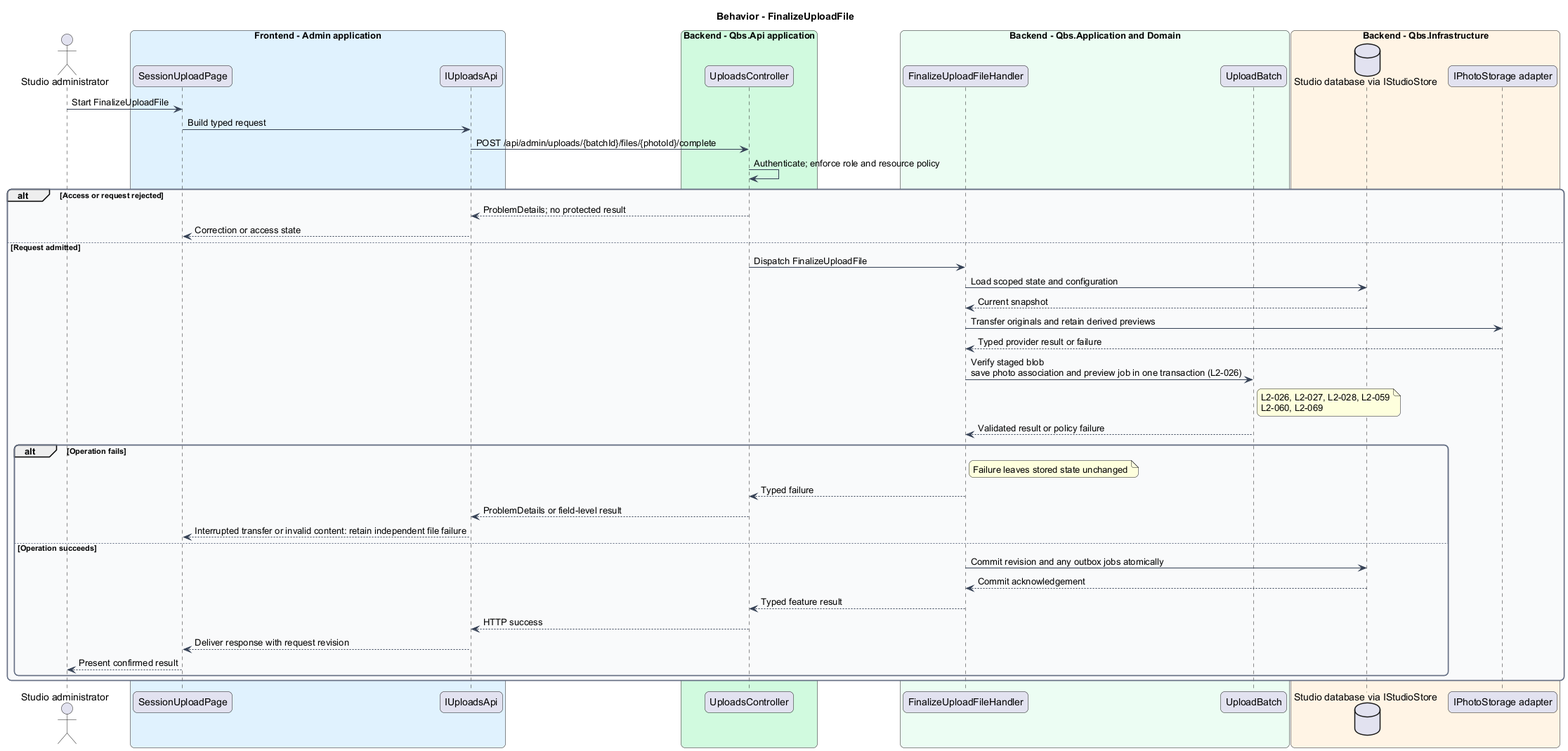
The PlantUML diagram docs/detailed-designs/session-photos/upload-session-photos/diagrams/sequence-finalize-upload-file.png in QuinntyneBrown/quinntyne-brown-studio, before a commit. The source it was exported from:
```plantuml
@startuml
skinparam backgroundColor #FFFFFF
skinparam shadowing false
skinparam roundcorner 12
skinparam defaultFontName Arial
skinparam ArrowColor #344054
skinparam rectangle {
  BorderColor #344054
  FontColor #101828
}
skinparam package {
  BorderColor #667085
  FontColor #101828
  BackgroundColor #F9FAFB
}
title Behavior - FinalizeUploadFile
actor "Studio administrator" as actor
box "Frontend - Admin application" #E0F2FE
 participant "SessionUploadPage" as page
 participant "IUploadsApi" as client
end box
box "Backend - Qbs.Api application" #D1FADF
 participant "UploadsController" as controller
end box
box "Backend - Qbs.Application and Domain" #ECFDF3
 participant "FinalizeUploadFileHandler" as handler
 participant "UploadBatch" as entity
end box
box "Backend - Qbs.Infrastructure" #FFF4E5
 database "Studio database via IStudioStore" as db
 participant "IPhotoStorage adapter" as ext
end box
actor -> page : Start FinalizeUploadFile
page -> client : Build typed request
client -> controller : POST /api/admin/uploads/{batchId}/files/{photoId}/complete
controller -> controller : Authenticate; enforce role and resource policy
alt Access or request rejected
controller --> client : ProblemDetails; no protected result
client --> page : Correction or access state
else Request admitted
controller -> handler : Dispatch FinalizeUploadFile
handler -> db : Load scoped state and configuration
db --> handler : Current snapshot
handler -> ext : Transfer originals and retain derived previews
ext --> handler : Typed provider result or failure
handler -> entity : Verify staged blob\nsave photo association and preview job in one transaction (L2-026)
note right of entity
L2-026, L2-027, L2-028, L2-059
L2-060, L2-069
end note
entity --> handler : Validated result or policy failure
alt Operation fails
note right of handler : Failure leaves stored state unchanged
handler --> controller : Typed failure
controller --> client : ProblemDetails or field-level result
client --> page : Interrupted transfer or invalid content: retain independent file failure
else Operation succeeds
handler -> db : Commit revision and any outbox jobs atomically
db --> handler : Commit acknowledgement
handler --> controller : Typed feature result
controller --> client : HTTP success
client --> page : Deliver response with request revision
page --> actor : Present confirmed result
end
end
@enduml
```
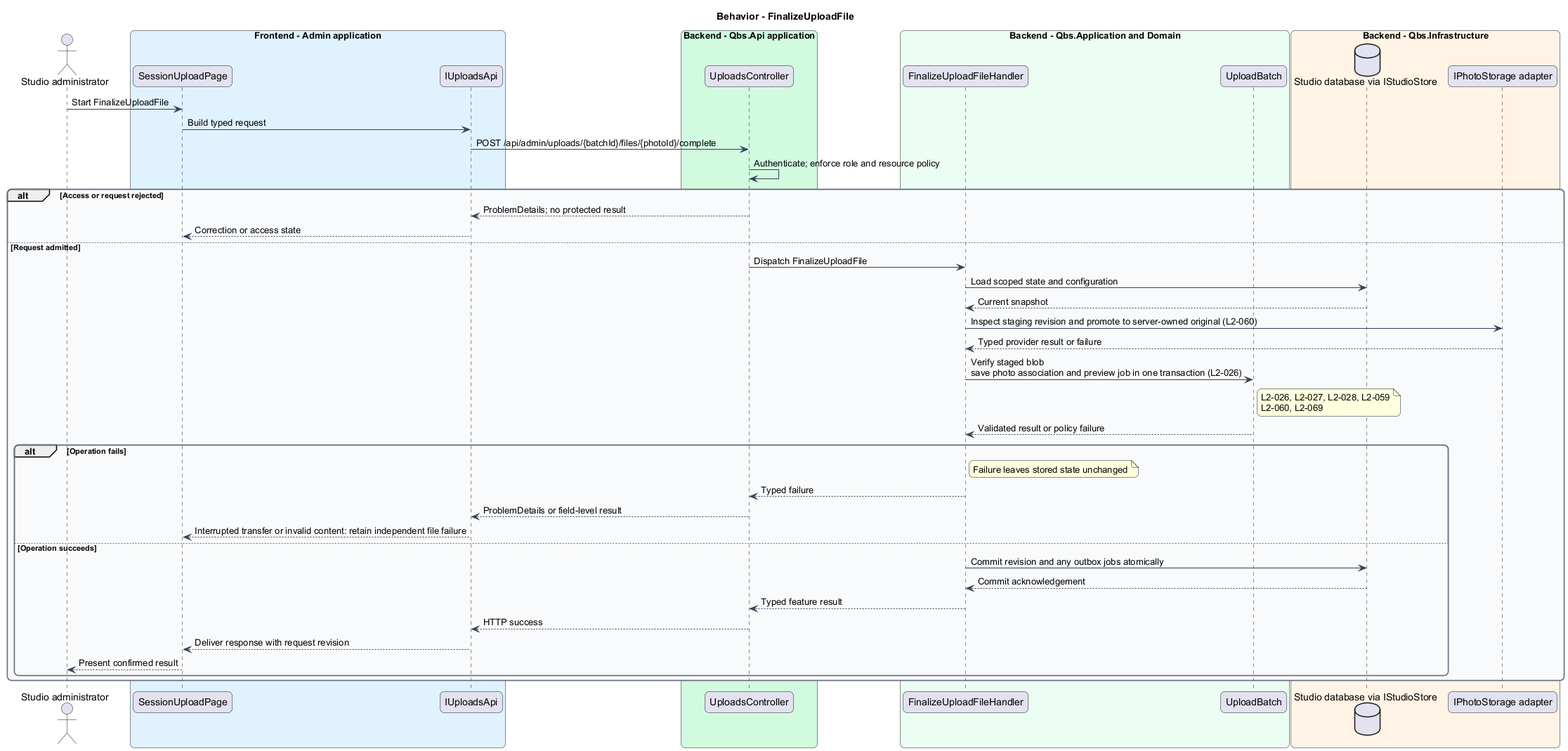
Above is the later version.

Change to the diagram source:
```diff
@@ -41,7 +41,7 @@
 controller -> handler : Dispatch FinalizeUploadFile
 handler -> db : Load scoped state and configuration
 db --> handler : Current snapshot
-handler -> ext : Transfer originals and retain derived previews
+handler -> ext : Inspect staging revision and promote to server-owned original (L2-060)
 ext --> handler : Typed provider result or failure
 handler -> entity : Verify staged blob\nsave photo association and preview job in one transaction (L2-026)
 note right of entity
```
